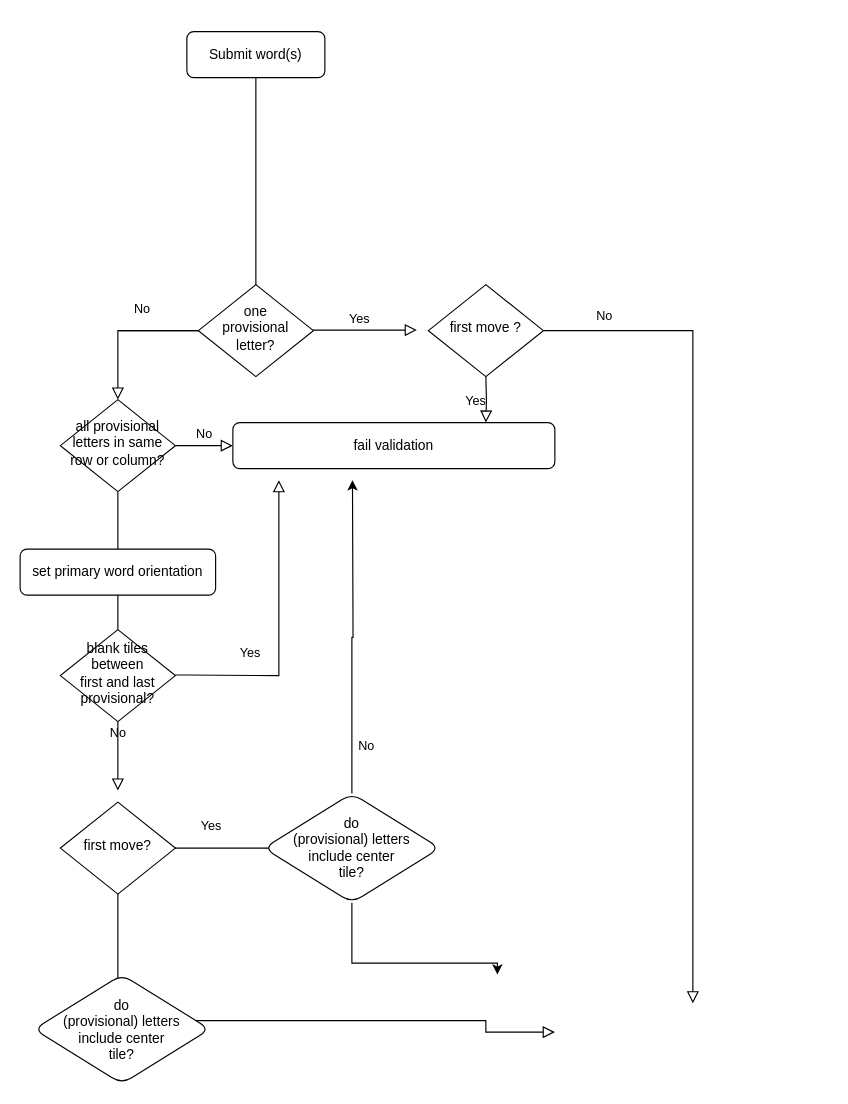
Before: Untitled Diagram.drawio in davebenjoya/scrooble, a draw.io diagram. Source tidied: cells renumbered, new cells numbered last; positions are measured from the earlier drawing's top-left corner, leaving out a move shared by most shapes. Both pictures are drawn from the tidied source at 115%, with x=0, y=0 at pixel (20, 31).
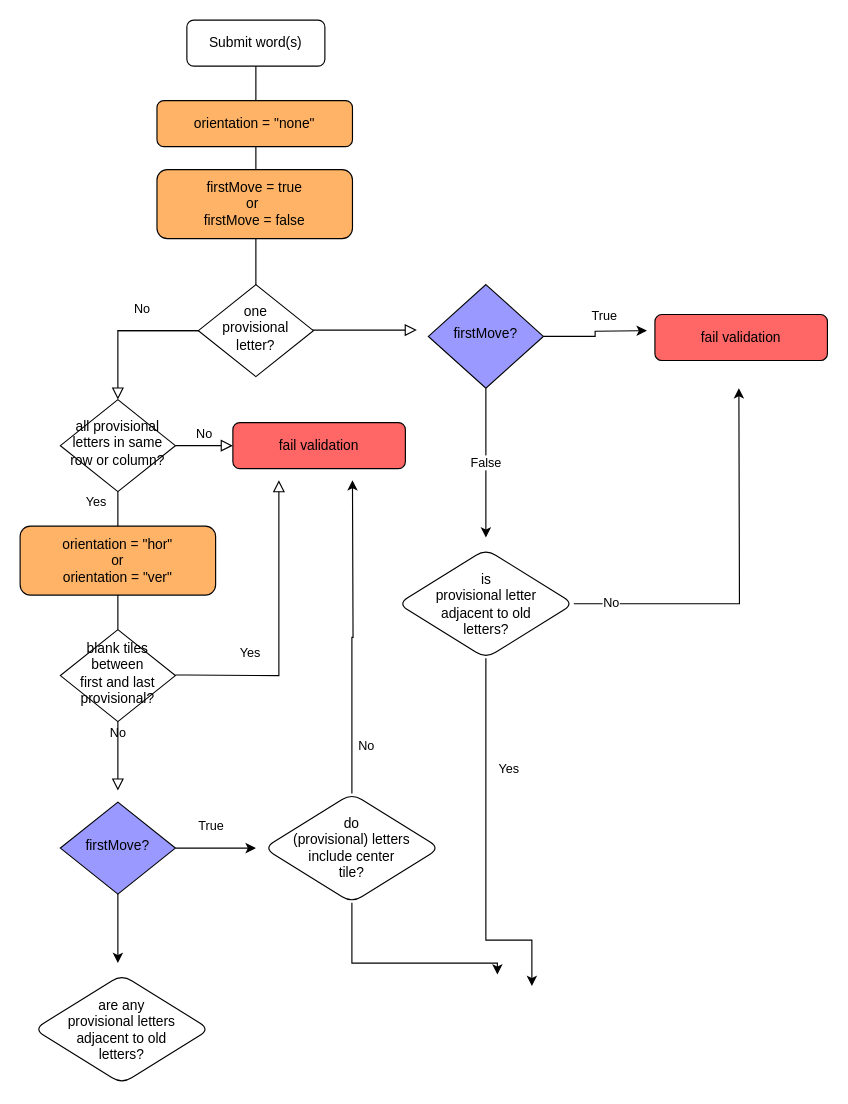
The same page after the edit.

The change refers to these unchanged cells:
```xml
<mxCell id="16" style="rounded=0;html=1;jettySize=auto;fontSize=11;endArrow=none;endFill=0;endSize=8;strokeWidth=1;shadow=0;labelBackgroundColor=none;edgeStyle=orthogonalEdgeStyle;" parent="1" edge="1" source="7" target="15">
  <mxGeometry y="20" relative="1" as="geometry" />
</mxCell>
<mxCell id="24" value="&lt;span&gt;do &lt;br&gt;(provisional) letters &lt;br&gt;include center &lt;br&gt;tile?&lt;/span&gt;" style="rhombus;whiteSpace=wrap;html=1;rounded=1;shadow=0;strokeWidth=1;glass=0;" parent="1" vertex="1">
  <mxGeometry x="212" y="662.5" width="153" height="95" as="geometry" />
</mxCell>
```

The edit, as a diff of the source:
```diff
@@
     <mxCell id="4" value="Submit word(s)" style="rounded=1;whiteSpace=wrap;html=1;fontSize=12;glass=0;strokeWidth=1;shadow=0;" parent="1" vertex="1">
-      <mxGeometry x="145" width="120" height="40" as="geometry" />
+      <mxGeometry x="145" y="-10" width="120" height="40" as="geometry" />
     </mxCell>
@@
-    <mxCell id="8" value="fail validation" style="rounded=1;whiteSpace=wrap;html=1;fontSize=12;glass=0;strokeWidth=1;shadow=0;" parent="1" vertex="1">
-      <mxGeometry x="185" y="340" width="280" height="40" as="geometry" />
+    <mxCell id="8" value="fail validation" style="rounded=1;whiteSpace=wrap;html=1;fontSize=12;glass=0;strokeWidth=1;shadow=0;fillColor=#FF6666;" parent="1" vertex="1">
+      <mxGeometry x="185" y="340" width="150" height="40" as="geometry" />
     </mxCell>
-    <mxCell id="9" style="edgeStyle=orthogonalEdgeStyle;rounded=0;html=1;jettySize=auto;fontSize=11;endArrow=block;endFill=0;endSize=8;strokeWidth=1;shadow=0;labelBackgroundColor=none;" parent="1" edge="1" source="10">
-      <mxGeometry y="10" relative="1" as="geometry">
-        <mxPoint x="585" y="845" as="targetPoint" />
-        <Array as="points">
-          <mxPoint x="585" y="260" />
-        </Array>
-      </mxGeometry>
-    </mxCell>
+    <mxCell id="28" style="edgeStyle=orthogonalEdgeStyle;rounded=0;jettySize=auto;html=1;" parent="1" edge="1" source="10">
+      <mxGeometry relative="1" as="geometry">
+        <mxPoint x="545" y="260" as="targetPoint" />
+      </mxGeometry>
+    </mxCell>
+    <mxCell id="29" value="False" style="edgeStyle=orthogonalEdgeStyle;rounded=0;jettySize=auto;html=1;" parent="1" edge="1" source="10">
+      <mxGeometry relative="1" as="geometry">
+        <mxPoint x="405" y="440" as="targetPoint" />
+      </mxGeometry>
+    </mxCell>
-    <mxCell id="10" value="first move ?" style="rhombus;whiteSpace=wrap;html=1;shadow=0;fontFamily=Helvetica;fontSize=12;align=center;strokeWidth=1;spacing=6;spacingTop=-4;" parent="1" vertex="1">
-      <mxGeometry x="355" y="220" width="100" height="80" as="geometry" />
+    <mxCell id="10" value="firstMove?" style="rhombus;whiteSpace=wrap;html=1;shadow=0;fontFamily=Helvetica;fontSize=12;align=center;strokeWidth=1;spacing=6;spacingTop=-4;fillColor=#9999FF;" parent="1" vertex="1">
+      <mxGeometry x="355" y="220" width="100" height="90" as="geometry" />
     </mxCell>
-    <mxCell id="11" value="Yes" style="edgeStyle=orthogonalEdgeStyle;rounded=0;html=1;jettySize=auto;orthogonalLoop=1;fontSize=11;endArrow=block;endFill=0;endSize=8;strokeWidth=1;shadow=0;labelBackgroundColor=none;" parent="1" edge="1">
+    <mxCell id="11" value="&amp;nbsp; &amp;nbsp; &amp;nbsp;" style="edgeStyle=orthogonalEdgeStyle;rounded=0;html=1;jettySize=auto;orthogonalLoop=1;fontSize=11;endArrow=block;endFill=0;endSize=8;strokeWidth=1;shadow=0;labelBackgroundColor=none;" parent="1" edge="1">
       <mxGeometry y="10" relative="1" as="geometry">
         <mxPoint x="245" y="259.5" as="sourcePoint" />
         <mxPoint x="345" y="259.5" as="targetPoint" />
         <Array as="points">
           <mxPoint x="255" y="260" />
           <mxPoint x="255" y="260" />
         </Array>
       </mxGeometry>
     </mxCell>
-    <mxCell id="12" value="Yes" style="edgeStyle=orthogonalEdgeStyle;rounded=0;html=1;jettySize=auto;orthogonalLoop=1;fontSize=11;endArrow=block;endFill=0;endSize=8;strokeWidth=1;shadow=0;labelBackgroundColor=none;" parent="1" edge="1">
-      <mxGeometry y="10" relative="1" as="geometry">
-        <mxPoint x="405" y="300" as="sourcePoint" />
-        <mxPoint x="405" y="340" as="targetPoint" />
-      </mxGeometry>
-    </mxCell>
-    <mxCell id="13" value="No" style="edgeLabel;html=1;align=center;verticalAlign=middle;" parent="1" vertex="1">
+    <mxCell id="13" value="True" style="edgeLabel;html=1;align=center;verticalAlign=middle;" parent="1" vertex="1">
       <mxGeometry x="507" y="246" as="geometry" />
     </mxCell>
@@
-    <mxCell id="17" style="edgeStyle=orthogonalEdgeStyle;rounded=0;html=1;jettySize=auto;fontSize=11;endArrow=block;endFill=0;endSize=8;strokeWidth=1;shadow=0;labelBackgroundColor=none;exitX=0.908;exitY=0.41;exitDx=0;exitDy=0;exitPerimeter=0;startArrow=none;entryX=0;entryY=0.625;entryDx=0;entryDy=0;entryPerimeter=0;" parent="1" edge="1" source="24">
-      <mxGeometry y="10" relative="1" as="geometry">
-        <mxPoint x="465" y="870" as="targetPoint" />
-        <Array as="points">
-          <mxPoint x="85" y="710" />
-          <mxPoint x="85" y="860" />
-          <mxPoint x="405" y="860" />
-          <mxPoint x="405" y="870" />
-        </Array>
-      </mxGeometry>
-    </mxCell>
+    <mxCell id="30" value="Yes" style="edgeLabel;html=1;align=center;verticalAlign=middle;" parent="16" vertex="1">
+      <mxGeometry x="-0.8" relative="1" as="geometry">
+        <mxPoint x="-20" y="-4" as="offset" />
+      </mxGeometry>
+    </mxCell>
-    <mxCell id="18" value="Yes" style="edgeLabel;html=1;align=center;verticalAlign=middle;" parent="1" vertex="1">
+    <mxCell id="18" value="True" style="edgeLabel;html=1;align=center;verticalAlign=middle;" parent="1" vertex="1">
       <mxGeometry x="165" y="690" as="geometry" />
     </mxCell>
-    <mxCell id="19" value="set primary word orientation" style="rounded=1;whiteSpace=wrap;html=1;fontSize=12;glass=0;strokeWidth=1;shadow=0;" parent="1" vertex="1">
-      <mxGeometry y="450" width="170" height="40" as="geometry" />
+    <mxCell id="19" value="orientation = &quot;hor&quot;&lt;br&gt;or&lt;br&gt;orientation = &quot;ver&quot;" style="rounded=1;whiteSpace=wrap;html=1;fontSize=12;glass=0;strokeWidth=1;shadow=0;fillColor=#FFB366;" parent="1" vertex="1">
+      <mxGeometry y="430" width="170" height="60" as="geometry" />
     </mxCell>
@@
+    <mxCell id="31" style="edgeStyle=orthogonalEdgeStyle;rounded=0;jettySize=auto;html=1;" parent="1" edge="1" source="22">
+      <mxGeometry relative="1" as="geometry">
+        <mxPoint x="205" y="710" as="targetPoint" />
+      </mxGeometry>
+    </mxCell>
+    <mxCell id="32" style="edgeStyle=orthogonalEdgeStyle;rounded=0;jettySize=auto;html=1;" parent="1" edge="1" source="22">
+      <mxGeometry relative="1" as="geometry">
+        <mxPoint x="85" y="810" as="targetPoint" />
+      </mxGeometry>
+    </mxCell>
-    <mxCell id="22" value="first move?" style="rhombus;whiteSpace=wrap;html=1;shadow=0;fontFamily=Helvetica;fontSize=12;align=center;strokeWidth=1;spacing=6;spacingTop=-4;" parent="1" vertex="1">
+    <mxCell id="22" value="firstMove?" style="rhombus;whiteSpace=wrap;html=1;shadow=0;fontFamily=Helvetica;fontSize=12;align=center;strokeWidth=1;spacing=6;spacingTop=-4;fillColor=#9999FF;" parent="1" vertex="1">
       <mxGeometry x="35" y="670" width="100" height="80" as="geometry" />
     </mxCell>
@@
-    <mxCell id="27" value="&lt;span&gt;do &lt;br&gt;(provisional) letters &lt;br&gt;include center &lt;br&gt;tile?&lt;/span&gt;" style="rhombus;whiteSpace=wrap;html=1;rounded=1;shadow=0;strokeWidth=1;glass=0;" parent="1" vertex="1">
+    <mxCell id="27" value="&lt;span&gt;are any&lt;br&gt;provisional letters &lt;br&gt;adjacent to old&lt;br&gt;letters?&lt;/span&gt;" style="rhombus;whiteSpace=wrap;html=1;rounded=1;shadow=0;strokeWidth=1;glass=0;" parent="1" vertex="1">
       <mxGeometry x="12" y="820" width="153" height="95" as="geometry" />
     </mxCell>
+    <mxCell id="33" value="fail validation" style="rounded=1;whiteSpace=wrap;html=1;fontSize=12;glass=0;strokeWidth=1;shadow=0;fillColor=#FF6666;" parent="1" vertex="1">
+      <mxGeometry x="552" y="246" width="150" height="40" as="geometry" />
+    </mxCell>
+    <mxCell id="34" value="orientation = &quot;none&quot;" style="rounded=1;whiteSpace=wrap;html=1;fontSize=12;glass=0;strokeWidth=1;shadow=0;fillColor=#FFB366;" parent="1" vertex="1">
+      <mxGeometry x="119" y="60" width="170" height="40" as="geometry" />
+    </mxCell>
+    <mxCell id="35" value="firstMove = true&lt;br&gt;or&amp;nbsp;&lt;br&gt;firstMove = false" style="rounded=1;whiteSpace=wrap;html=1;fontSize=12;glass=0;strokeWidth=1;shadow=0;fillColor=#FFB366;" parent="1" vertex="1">
+      <mxGeometry x="119" y="120" width="170" height="60" as="geometry" />
+    </mxCell>
+    <mxCell id="36" style="edgeStyle=orthogonalEdgeStyle;rounded=0;jettySize=auto;html=1;" parent="1" edge="1" source="39">
+      <mxGeometry relative="1" as="geometry">
+        <mxPoint x="625" y="310" as="targetPoint" />
+      </mxGeometry>
+    </mxCell>
+    <mxCell id="37" value="No" style="edgeLabel;html=1;align=center;verticalAlign=middle;" parent="36" vertex="1">
+      <mxGeometry x="-0.81" y="1" relative="1" as="geometry">
+        <mxPoint x="1" as="offset" />
+      </mxGeometry>
+    </mxCell>
+    <mxCell id="38" value="Yes" style="edgeStyle=orthogonalEdgeStyle;rounded=0;jettySize=auto;html=1;" parent="1" edge="1" source="39">
+      <mxGeometry x="-0.41" y="20" relative="1" as="geometry">
+        <mxPoint x="445" y="830" as="targetPoint" />
+        <Array as="points">
+          <mxPoint x="405" y="790" />
+        </Array>
+      </mxGeometry>
+    </mxCell>
+    <mxCell id="39" value="&lt;span&gt;is&lt;br&gt;provisional letter&lt;br&gt;adjacent to old&lt;br&gt;letters?&lt;/span&gt;" style="rhombus;whiteSpace=wrap;html=1;rounded=1;shadow=0;strokeWidth=1;glass=0;" parent="1" vertex="1">
+      <mxGeometry x="328.5" y="450" width="153" height="95" as="geometry" />
+    </mxCell>
```
